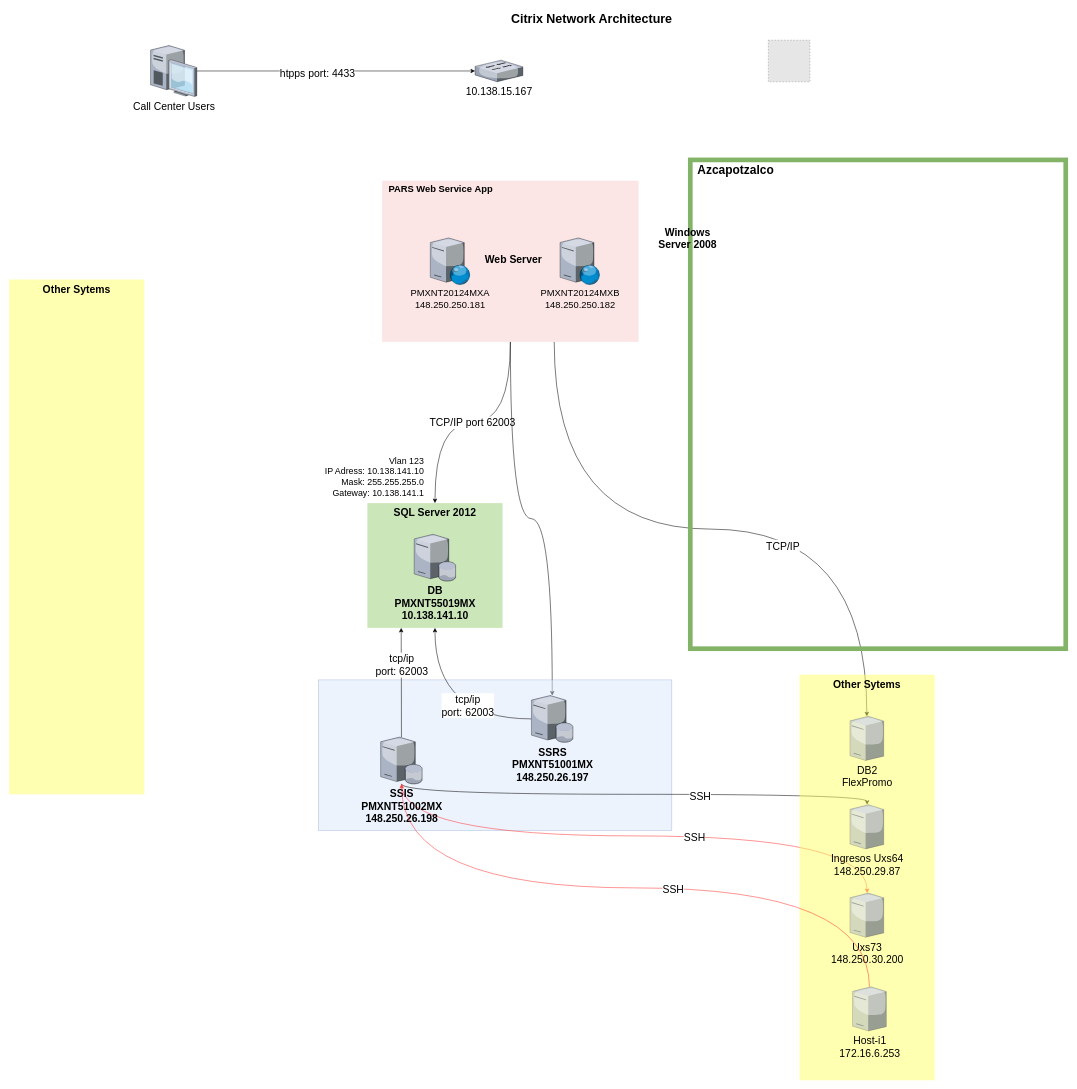
mikeportero/proyecto keeps this draw.io diagram as src/Untitled Diagram.drawio. Above is the earlier version. Source tidied: cells renumbered, new cells numbered last; positions are measured from the earlier drawing's top-left corner, leaving out a move shared by most shapes. Both pictures are drawn from the tidied source at 52%, with x=0, y=0 at pixel (9, 9). Pictures stored in the file or linked from it are replaced by grey dashed boxes.
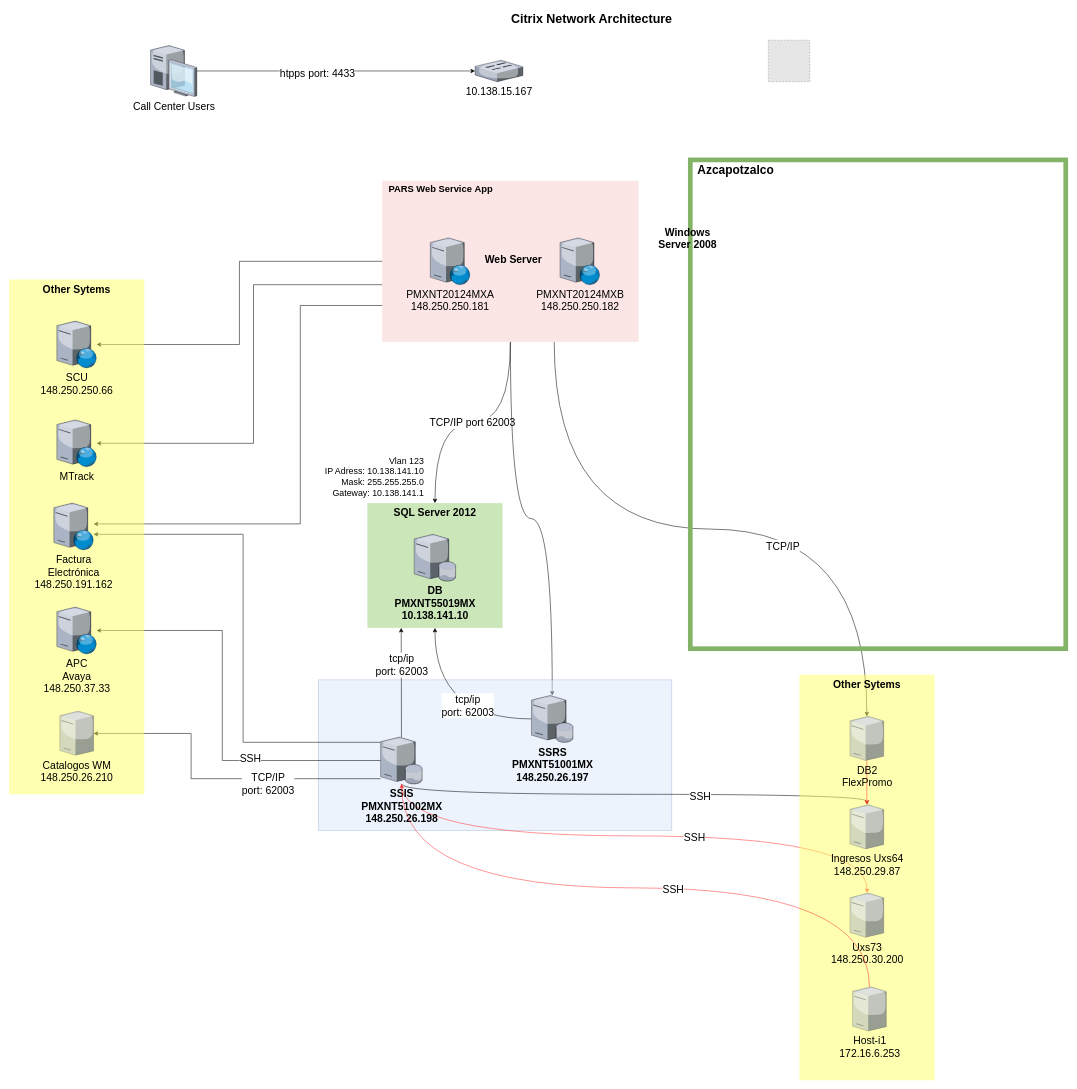
Above is the later version.

Unchanged cells that the change refers to:
```xml
<mxCell id="6" value="&amp;nbsp; &lt;b&gt;PARS Web Service&amp;nbsp;App&lt;/b&gt;" style="whiteSpace=wrap;html=1;fillColor=#f8cecc;fontSize=18;strokeColor=none;verticalAlign=top;align=left;opacity=50;" parent="1" vertex="1">
  <mxGeometry x="717.5" y="330" width="493" height="310" as="geometry" />
</mxCell>
<mxCell id="28" value="&lt;b&gt;SSIS&lt;br&gt;PMXNT51002MX&lt;br&gt;148.250.26.198&lt;/b&gt;" style="verticalLabelPosition=bottom;html=1;verticalAlign=top;strokeColor=none;align=center;outlineConnect=0;shape=mxgraph.citrix.database_server;fillColor=#97D077;fontSize=20;" parent="1" vertex="1">
  <mxGeometry x="714.5" y="1400" width="80" height="90" as="geometry" />
</mxCell>
<mxCell id="33" value="DB2&lt;br&gt;FlexPromo" style="verticalLabelPosition=bottom;html=1;verticalAlign=top;strokeColor=none;align=center;outlineConnect=0;shape=mxgraph.citrix.tower_server;fillColor=#97D077;gradientColor=none;fontSize=20;opacity=50;" parent="1" vertex="1">
  <mxGeometry x="1617" y="1360" width="65" height="85" as="geometry" />
</mxCell>
<mxCell id="34" value="Ingresos Uxs64&lt;br&gt;148.250.29.87" style="verticalLabelPosition=bottom;html=1;verticalAlign=top;strokeColor=none;align=center;outlineConnect=0;shape=mxgraph.citrix.tower_server;gradientColor=none;fontSize=20;opacity=50;fillColor=#FFFF66;" parent="1" vertex="1">
  <mxGeometry x="1617" y="1530" width="65" height="85" as="geometry" />
</mxCell>
```

Diff of the diagram source:
```diff
@@
+    <mxCell id="40" style="edgeStyle=orthogonalEdgeStyle;jettySize=auto;html=1;fontSize=20;rounded=0;" parent="1" edge="1" source="6" target="50">
+      <mxGeometry relative="1" as="geometry" />
+    </mxCell>
+    <mxCell id="41" style="edgeStyle=orthogonalEdgeStyle;jettySize=auto;html=1;strokeColor=#000000;fontSize=20;rounded=0;" parent="1" edge="1" source="6" target="51">
+      <mxGeometry relative="1" as="geometry">
+        <Array as="points">
+          <mxPoint x="470" y="530" />
+          <mxPoint x="470" y="835" />
+        </Array>
+      </mxGeometry>
+    </mxCell>
+    <mxCell id="42" style="edgeStyle=orthogonalEdgeStyle;rounded=0;jettySize=auto;html=1;strokeColor=#000000;fontSize=20;" parent="1" edge="1" source="6" target="52">
+      <mxGeometry relative="1" as="geometry">
+        <Array as="points">
+          <mxPoint x="560" y="570" />
+          <mxPoint x="560" y="990" />
+        </Array>
+      </mxGeometry>
+    </mxCell>
@@
-    <mxCell id="14" value="PMXNT20124MXA&lt;br&gt;148.250.250.181" style="verticalLabelPosition=bottom;html=1;verticalAlign=top;strokeColor=none;align=center;shape=mxgraph.citrix.web_server;fillColor=none;fontSize=18;" parent="1" vertex="1">
+    <mxCell id="14" value="PMXNT20124MXA&lt;br style=&quot;font-size: 20px;&quot;&gt;148.250.250.181" style="verticalLabelPosition=bottom;html=1;verticalAlign=top;strokeColor=none;align=center;shape=mxgraph.citrix.web_server;fillColor=none;fontSize=20;" parent="1" vertex="1">
       <mxGeometry x="810" y="440" width="76.5" height="90" as="geometry" />
     </mxCell>
-    <mxCell id="15" value="PMXNT20124MXB&lt;br&gt;148.250.250.182" style="verticalLabelPosition=bottom;html=1;verticalAlign=top;strokeColor=none;align=center;shape=mxgraph.citrix.web_server;fillColor=none;fontSize=18;" parent="1" vertex="1">
+    <mxCell id="15" value="PMXNT20124MXB&lt;br style=&quot;font-size: 20px;&quot;&gt;148.250.250.182" style="verticalLabelPosition=bottom;html=1;verticalAlign=top;strokeColor=none;align=center;shape=mxgraph.citrix.web_server;fillColor=none;fontSize=20;" parent="1" vertex="1">
       <mxGeometry x="1059.5" y="440" width="76.5" height="90" as="geometry" />
     </mxCell>
@@
+    <mxCell id="43" style="edgeStyle=orthogonalEdgeStyle;rounded=0;jettySize=auto;html=1;strokeColor=#000000;fontSize=20;" parent="1" edge="1" source="28" target="52">
+      <mxGeometry relative="1" as="geometry">
+        <Array as="points">
+          <mxPoint x="450" y="1410" />
+          <mxPoint x="450" y="1010" />
+        </Array>
+      </mxGeometry>
+    </mxCell>
+    <mxCell id="44" style="edgeStyle=orthogonalEdgeStyle;rounded=0;jettySize=auto;html=1;strokeColor=#000000;fontSize=20;" parent="1" edge="1" source="28" target="53">
+      <mxGeometry relative="1" as="geometry">
+        <Array as="points">
+          <mxPoint x="410" y="1445" />
+          <mxPoint x="410" y="1195" />
+        </Array>
+      </mxGeometry>
+    </mxCell>
+    <mxCell id="45" value="SSH" style="edgeLabel;html=1;align=center;verticalAlign=middle;fontSize=20;" parent="44" vertex="1">
+      <mxGeometry x="-0.37" y="-5" relative="1" as="geometry" />
+    </mxCell>
+    <mxCell id="46" style="edgeStyle=orthogonalEdgeStyle;rounded=0;jettySize=auto;html=1;strokeColor=#000000;fontSize=20;" parent="1" edge="1" source="28" target="49">
+      <mxGeometry relative="1" as="geometry">
+        <Array as="points">
+          <mxPoint x="350" y="1480" />
+          <mxPoint x="350" y="1393" />
+        </Array>
+      </mxGeometry>
+    </mxCell>
+    <mxCell id="47" value="TCP/IP&lt;br&gt;port: 62003" style="edgeLabel;html=1;align=center;verticalAlign=middle;fontSize=20;" parent="46" vertex="1">
+      <mxGeometry x="-0.32" y="8" relative="1" as="geometry" />
+    </mxCell>
@@
+    <mxCell id="48" style="edgeStyle=orthogonalEdgeStyle;curved=1;jettySize=auto;html=1;strokeColor=#FF3333;fontSize=20;" parent="1" edge="1" source="33" target="34">
+      <mxGeometry relative="1" as="geometry" />
+    </mxCell>
@@
+    <mxCell id="49" value="Catalogos WM&lt;br&gt;148.250.26.210" style="verticalLabelPosition=bottom;html=1;verticalAlign=top;strokeColor=none;align=center;outlineConnect=0;shape=mxgraph.citrix.tower_server;fillColor=#97D077;gradientColor=none;fontSize=20;opacity=50;" parent="1" vertex="1">
+      <mxGeometry x="97.5" y="1350" width="65" height="85" as="geometry" />
+    </mxCell>
+    <mxCell id="50" value="SCU&lt;br style=&quot;font-size: 20px;&quot;&gt;148.250.250.66" style="verticalLabelPosition=bottom;html=1;verticalAlign=top;strokeColor=none;align=center;outlineConnect=0;shape=mxgraph.citrix.web_server;fillColor=none;fontSize=20;" parent="1" vertex="1">
+      <mxGeometry x="91.8" y="600" width="76.5" height="90" as="geometry" />
+    </mxCell>
+    <mxCell id="51" value="MTrack" style="verticalLabelPosition=bottom;html=1;verticalAlign=top;strokeColor=none;align=center;outlineConnect=0;shape=mxgraph.citrix.web_server;fillColor=none;fontSize=20;" parent="1" vertex="1">
+      <mxGeometry x="91.8" y="790" width="76.5" height="90" as="geometry" />
+    </mxCell>
+    <mxCell id="52" value="Factura&lt;br style=&quot;font-size: 20px;&quot;&gt;Electrónica&lt;br style=&quot;font-size: 20px;&quot;&gt;148.250.191.162" style="verticalLabelPosition=bottom;html=1;verticalAlign=top;strokeColor=none;align=center;outlineConnect=0;shape=mxgraph.citrix.web_server;fillColor=none;fontSize=20;" parent="1" vertex="1">
+      <mxGeometry x="86" y="950" width="76.5" height="90" as="geometry" />
+    </mxCell>
+    <mxCell id="53" value="APC&lt;br style=&quot;font-size: 20px;&quot;&gt;Avaya&lt;br style=&quot;font-size: 20px;&quot;&gt;148.250.37.33" style="verticalLabelPosition=bottom;html=1;verticalAlign=top;strokeColor=none;align=center;outlineConnect=0;shape=mxgraph.citrix.web_server;fillColor=none;fontSize=20;" parent="1" vertex="1">
+      <mxGeometry x="91.8" y="1150" width="76.5" height="90" as="geometry" />
+    </mxCell>
```
